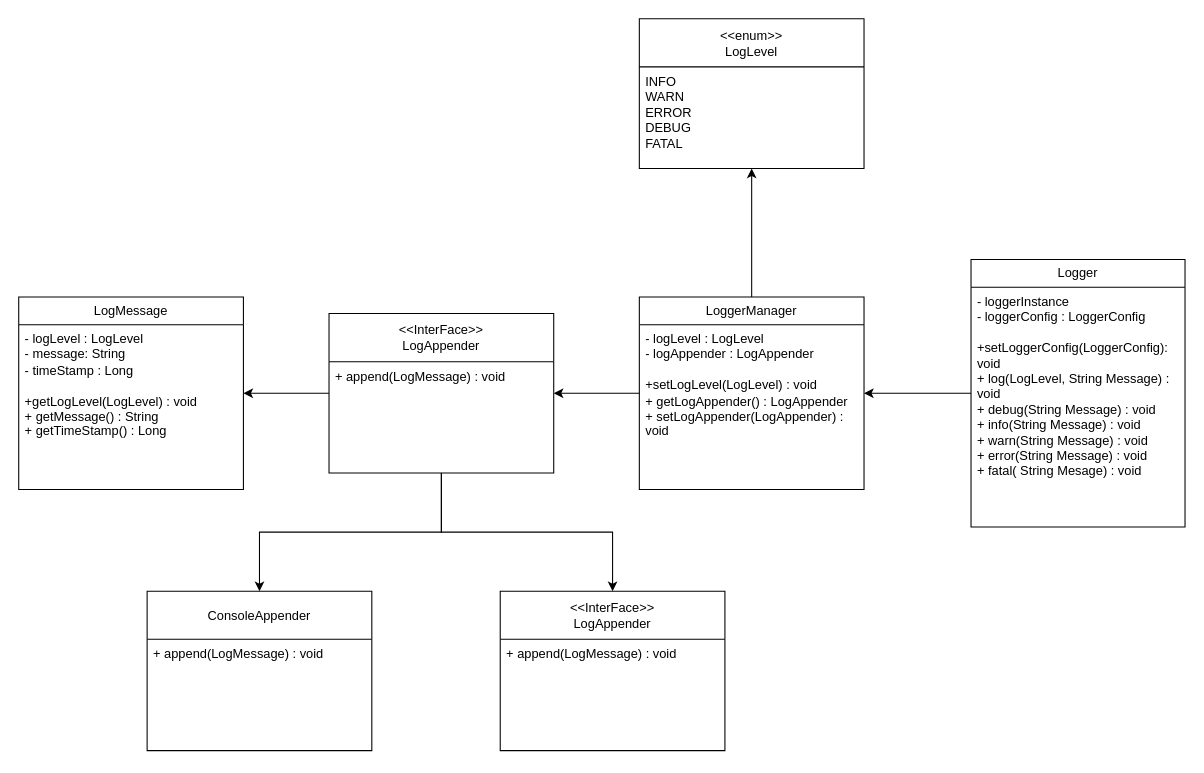
The draw.io diagram LogSystem/LogSystem.drawio in kanishk112/Practice, before the edit. Source tidied: cells renumbered, new cells numbered last; positions are measured from the earlier drawing's top-left corner, leaving out a move shared by most shapes. Both pictures are drawn from the tidied source at 107%, with x=0, y=0 at pixel (18, 18).
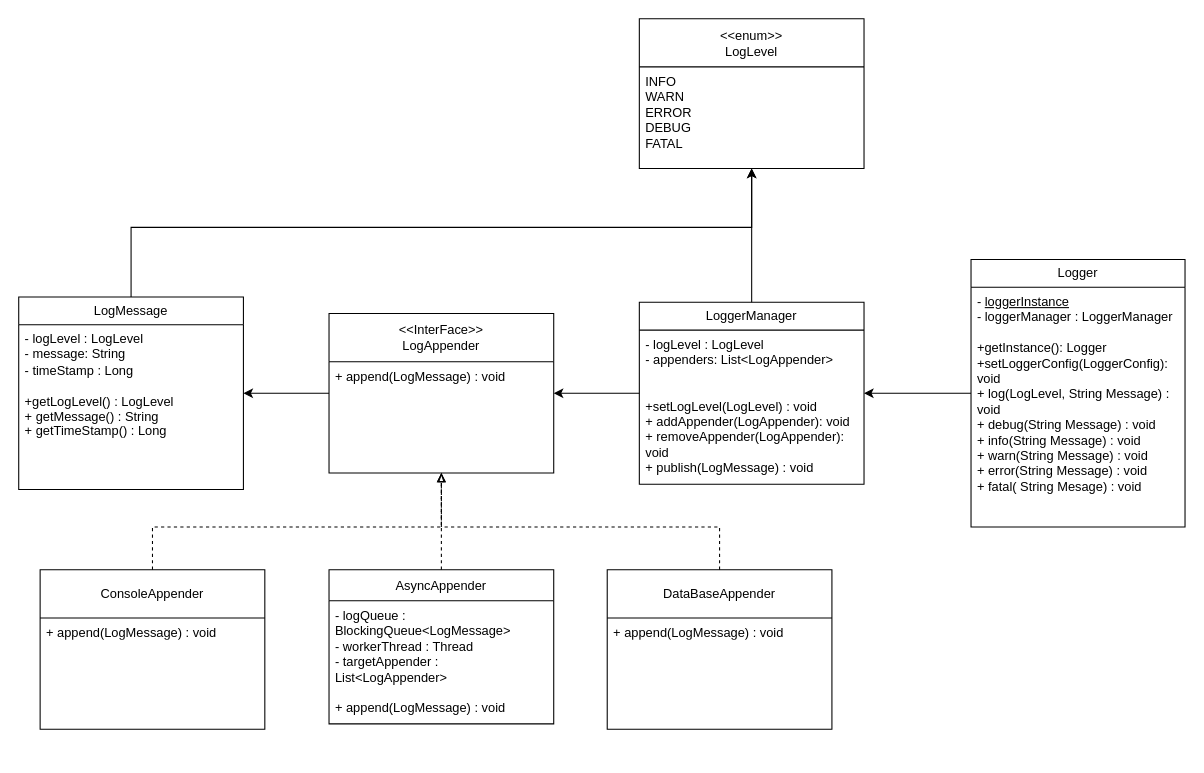
The same page after the edit.

Commit message (it also covers changes not shown here):
Logger framework class diagram v2

The change refers to these unchanged cells:
```xml
<mxCell id="3" value="Logger" style="swimlane;fontStyle=0;horizontal=1;startSize=26;fillColor=none;whiteSpace=wrap;html=1;" parent="1" vertex="1">
  <mxGeometry x="890" y="225" width="200" height="250" as="geometry" />
</mxCell>
<mxCell id="9" value="&amp;lt;&amp;lt;enum&amp;gt;&amp;gt;&lt;div&gt;LogLevel&lt;/div&gt;" style="swimlane;fontStyle=0;horizontal=1;startSize=45;fillColor=none;whiteSpace=wrap;html=1;" parent="1" vertex="1">
  <mxGeometry x="580" width="210" height="140" as="geometry" />
</mxCell>
<mxCell id="14" value="&amp;lt;&amp;lt;InterFace&amp;gt;&amp;gt;&lt;div&gt;LogAppender&lt;/div&gt;" style="swimlane;fontStyle=0;horizontal=1;startSize=45;fillColor=none;whiteSpace=wrap;html=1;" parent="1" vertex="1">
  <mxGeometry x="290" y="275.5" width="210" height="149" as="geometry" />
</mxCell>
<mxCell id="16" value="LogMessage" style="swimlane;fontStyle=0;horizontal=1;startSize=26;fillColor=none;whiteSpace=wrap;html=1;" parent="1" vertex="1">
  <mxGeometry y="260" width="210" height="180" as="geometry" />
</mxCell>
```

Change to the diagram source:
```diff
@@
-    <mxCell id="4" value="- loggerInstance&lt;div&gt;- loggerConfig : LoggerConfig&lt;/div&gt;&lt;div&gt;&lt;br&gt;&lt;/div&gt;&lt;div&gt;+setLoggerConfig(LoggerConfig): void&lt;/div&gt;&lt;div&gt;+ log(LogLevel, String Message) : void&lt;/div&gt;&lt;div&gt;+ debug(String Message) : void&lt;/div&gt;&lt;div&gt;+ info(String Message) : void&lt;/div&gt;&lt;div&gt;+ warn(String Message) : void&lt;/div&gt;&lt;div&gt;+ error(String Message) : void&lt;/div&gt;&lt;div&gt;+ fatal( String Mesage) : void&lt;/div&gt;" style="text;strokeColor=none;fillColor=none;align=left;verticalAlign=top;spacingLeft=4;spacingRight=4;overflow=hidden;whiteSpace=wrap;html=1;" parent="3" vertex="1">
+    <mxCell id="4" value="- &lt;u&gt;loggerInstance&lt;/u&gt;&lt;div&gt;- loggerManager : LoggerManager&lt;/div&gt;&lt;div&gt;&lt;br&gt;&lt;/div&gt;&lt;div&gt;+getInstance(): Logger&lt;/div&gt;&lt;div&gt;+setLoggerConfig(LoggerConfig): void&lt;/div&gt;&lt;div&gt;+ log(LogLevel, String Message) : void&lt;/div&gt;&lt;div&gt;+ debug(String Message) : void&lt;/div&gt;&lt;div&gt;+ info(String Message) : void&lt;/div&gt;&lt;div&gt;+ warn(String Message) : void&lt;/div&gt;&lt;div&gt;+ error(String Message) : void&lt;/div&gt;&lt;div&gt;+ fatal( String Mesage) : void&lt;/div&gt;" style="text;strokeColor=none;fillColor=none;align=left;verticalAlign=top;spacingLeft=4;spacingRight=4;overflow=hidden;whiteSpace=wrap;html=1;" parent="3" vertex="1">
       <mxGeometry y="26" width="200" height="224" as="geometry" />
     </mxCell>
@@
     <mxCell id="7" value="LoggerManager" style="swimlane;fontStyle=0;horizontal=1;startSize=26;fillColor=none;whiteSpace=wrap;html=1;" parent="1" vertex="1">
-      <mxGeometry x="580" y="260" width="210" height="180" as="geometry" />
+      <mxGeometry x="580" y="265" width="210" height="170" as="geometry" />
     </mxCell>
-    <mxCell id="8" value="&lt;div&gt;- logLevel : LogLevel&lt;/div&gt;&lt;div&gt;- logAppender : LogAppender&lt;/div&gt;&lt;div&gt;&lt;br&gt;&lt;/div&gt;&lt;div&gt;+setLogLevel(LogLevel) : void&lt;/div&gt;&lt;div&gt;+ getLogAppender() : LogAppender&lt;/div&gt;&lt;div&gt;+ setLogAppender(LogAppender) : void&lt;/div&gt;" style="text;strokeColor=none;fillColor=none;align=left;verticalAlign=top;spacingLeft=4;spacingRight=4;overflow=hidden;whiteSpace=wrap;html=1;" parent="7" vertex="1">
-      <mxGeometry y="26" width="210" height="154" as="geometry" />
+    <mxCell id="8" value="&lt;div&gt;- logLevel : LogLevel&lt;/div&gt;&lt;div&gt;- appenders: List&amp;lt;LogAppender&amp;gt;&lt;/div&gt;&lt;div&gt;&lt;br&gt;&lt;/div&gt;&lt;div&gt;&lt;br&gt;&lt;/div&gt;&lt;div&gt;+setLogLevel(LogLevel) : void&lt;/div&gt;&lt;div&gt;+ addAppender(LogAppender): void&lt;/div&gt;&lt;div&gt;+ removeAppender(LogAppender): void&lt;/div&gt;&lt;div&gt;+ publish(LogMessage) : void&lt;/div&gt;" style="text;strokeColor=none;fillColor=none;align=left;verticalAlign=top;spacingLeft=4;spacingRight=4;overflow=hidden;whiteSpace=wrap;html=1;" parent="7" vertex="1">
+      <mxGeometry y="26" width="210" height="144" as="geometry" />
     </mxCell>
@@
-    <mxCell id="12" style="edgeStyle=orthogonalEdgeStyle;rounded=0;jettySize=auto;html=1;" parent="1" edge="1" source="14" target="18">
-      <mxGeometry relative="1" as="geometry" />
-    </mxCell>
-    <mxCell id="13" style="edgeStyle=orthogonalEdgeStyle;rounded=0;jettySize=auto;html=1;" parent="1" edge="1" source="14" target="20">
-      <mxGeometry relative="1" as="geometry" />
-    </mxCell>
@@
+    <mxCell id="22" style="edgeStyle=orthogonalEdgeStyle;rounded=0;jettySize=auto;html=1;" parent="1" edge="1" source="16" target="9">
+      <mxGeometry relative="1" as="geometry">
+        <Array as="points">
+          <mxPoint x="105" y="195" />
+          <mxPoint x="685" y="195" />
+        </Array>
+      </mxGeometry>
+    </mxCell>
@@
-    <mxCell id="17" value="&lt;div&gt;- logLevel : LogLevel&lt;/div&gt;&lt;div&gt;- message: String&lt;/div&gt;&lt;div&gt;- timeStamp : Long&lt;/div&gt;&lt;div&gt;&lt;br&gt;&lt;/div&gt;&lt;div&gt;+getLogLevel(LogLevel) : void&lt;/div&gt;&lt;div&gt;+ getMessage() : String&lt;/div&gt;&lt;div&gt;+ getTimeStamp() : Long&lt;/div&gt;" style="text;strokeColor=none;fillColor=none;align=left;verticalAlign=top;spacingLeft=4;spacingRight=4;overflow=hidden;whiteSpace=wrap;html=1;" parent="16" vertex="1">
+    <mxCell id="17" value="&lt;div&gt;- logLevel : LogLevel&lt;/div&gt;&lt;div&gt;- message: String&lt;/div&gt;&lt;div&gt;- timeStamp : Long&lt;/div&gt;&lt;div&gt;&lt;br&gt;&lt;/div&gt;&lt;div&gt;+getLogLevel() : LogLevel&lt;/div&gt;&lt;div&gt;+ getMessage() : String&lt;/div&gt;&lt;div&gt;+ getTimeStamp() : Long&lt;/div&gt;" style="text;strokeColor=none;fillColor=none;align=left;verticalAlign=top;spacingLeft=4;spacingRight=4;overflow=hidden;whiteSpace=wrap;html=1;" parent="16" vertex="1">
       <mxGeometry y="26" width="210" height="154" as="geometry" />
     </mxCell>
+    <mxCell id="23" style="edgeStyle=orthogonalEdgeStyle;rounded=0;jettySize=auto;html=1;dashed=1;endArrow=block;endFill=0;" parent="1" edge="1" source="18" target="14">
+      <mxGeometry relative="1" as="geometry">
+        <Array as="points">
+          <mxPoint x="125" y="475" />
+          <mxPoint x="395" y="475" />
+        </Array>
+      </mxGeometry>
+    </mxCell>
     <mxCell id="18" value="ConsoleAppender" style="swimlane;fontStyle=0;horizontal=1;startSize=45;fillColor=none;whiteSpace=wrap;html=1;" parent="1" vertex="1">
-      <mxGeometry x="120" y="535" width="210" height="149" as="geometry" />
+      <mxGeometry x="20" y="515" width="210" height="149" as="geometry" />
     </mxCell>
@@
+    <mxCell id="24" style="edgeStyle=orthogonalEdgeStyle;rounded=0;jettySize=auto;html=1;dashed=1;endArrow=blockThin;endFill=0;" parent="1" edge="1" source="20" target="14">
+      <mxGeometry relative="1" as="geometry">
+        <Array as="points">
+          <mxPoint x="655" y="475" />
+          <mxPoint x="395" y="475" />
+        </Array>
+      </mxGeometry>
+    </mxCell>
-    <mxCell id="20" value="&amp;lt;&amp;lt;InterFace&amp;gt;&amp;gt;&lt;div&gt;LogAppender&lt;/div&gt;" style="swimlane;fontStyle=0;horizontal=1;startSize=45;fillColor=none;whiteSpace=wrap;html=1;" parent="1" vertex="1">
-      <mxGeometry x="450" y="535" width="210" height="149" as="geometry" />
+    <mxCell id="20" value="DataBaseAppender" style="swimlane;fontStyle=0;horizontal=1;startSize=45;fillColor=none;whiteSpace=wrap;html=1;" parent="1" vertex="1">
+      <mxGeometry x="550" y="515" width="210" height="149" as="geometry" />
     </mxCell>
@@
+    <mxCell id="25" style="edgeStyle=orthogonalEdgeStyle;rounded=0;jettySize=auto;html=1;dashed=1;endArrow=block;endFill=0;" parent="1" edge="1" source="26" target="14">
+      <mxGeometry relative="1" as="geometry" />
+    </mxCell>
+    <mxCell id="26" value="AsyncAppender" style="swimlane;fontStyle=0;horizontal=1;startSize=29;fillColor=none;whiteSpace=wrap;html=1;" parent="1" vertex="1">
+      <mxGeometry x="290" y="515" width="210" height="144" as="geometry" />
+    </mxCell>
+    <mxCell id="27" value="&lt;div&gt;- logQueue : BlockingQueue&amp;lt;LogMessage&amp;gt;&lt;/div&gt;&lt;div&gt;- workerThread : Thread&lt;/div&gt;&lt;div&gt;- targetAppender : List&amp;lt;LogAppender&amp;gt;&lt;/div&gt;&lt;div&gt;&lt;br&gt;&lt;/div&gt;&lt;div&gt;+ append(LogMessage) : void&lt;/div&gt;" style="text;strokeColor=none;fillColor=none;align=left;verticalAlign=top;spacingLeft=4;spacingRight=4;overflow=hidden;whiteSpace=wrap;html=1;" parent="26" vertex="1">
+      <mxGeometry y="29" width="210" height="115" as="geometry" />
+    </mxCell>
```
